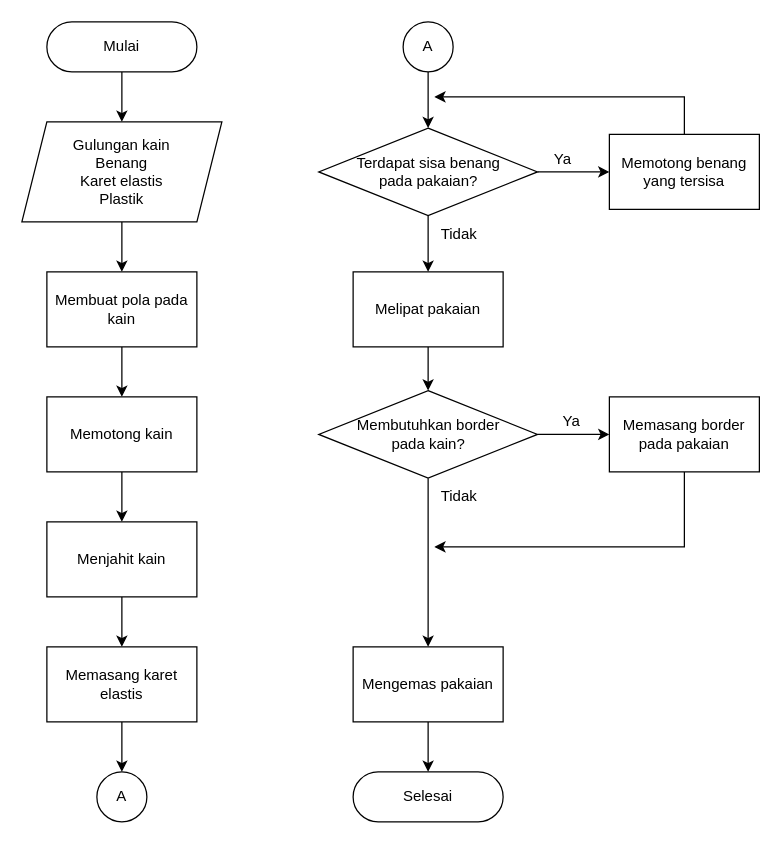
Earlier version of the draw.io diagram Milestone simul 1.drawio (rianromad/Image-Storage). Source tidied: cells renumbered, new cells numbered last; positions are measured from the earlier drawing's top-left corner, leaving out a move shared by most shapes. Both pictures are drawn from the tidied source at 125%, with x=0, y=0 at pixel (21, 21).
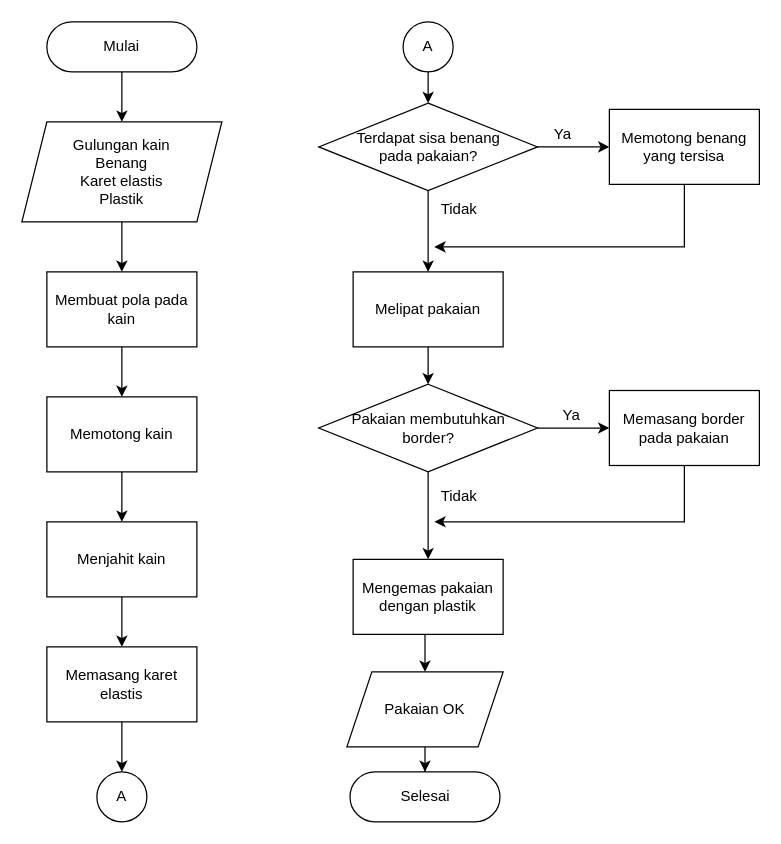
The same page after the edit.

Change to the diagram source:
```diff
@@
     <mxCell id="4" value="Selesai" style="rounded=1;whiteSpace=wrap;html=1;arcSize=50;" parent="1" vertex="1">
-      <mxGeometry x="265" y="600" width="120" height="40" as="geometry" />
+      <mxGeometry x="262.5" y="600" width="120" height="40" as="geometry" />
     </mxCell>
@@
     <mxCell id="20" value="&lt;div&gt;Terdapat sisa benang &lt;br&gt;&lt;/div&gt;&lt;div&gt;pada pakaian?&lt;/div&gt;" style="rhombus;whiteSpace=wrap;html=1;" parent="1" vertex="1">
-      <mxGeometry x="237.5" y="85" width="175" height="70" as="geometry" />
+      <mxGeometry x="237.5" y="65" width="175" height="70" as="geometry" />
     </mxCell>
     <mxCell id="21" style="edgeStyle=orthogonalEdgeStyle;rounded=0;jettySize=auto;html=1;" parent="1" edge="1" source="22">
       <mxGeometry relative="1" as="geometry">
-        <mxPoint x="330" y="60" as="targetPoint" />
+        <mxPoint x="330" y="180" as="targetPoint" />
         <Array as="points">
-          <mxPoint x="530" y="60" />
-          <mxPoint x="330" y="60" />
+          <mxPoint x="530" y="180" />
         </Array>
       </mxGeometry>
     </mxCell>
     <mxCell id="22" value="Memotong benang yang tersisa" style="rounded=0;whiteSpace=wrap;html=1;" parent="1" vertex="1">
-      <mxGeometry x="470" y="90" width="120" height="60" as="geometry" />
+      <mxGeometry x="470" y="70" width="120" height="60" as="geometry" />
     </mxCell>
     <mxCell id="23" value="&lt;font style=&quot;font-size: 12px&quot;&gt;Ya&lt;/font&gt;" style="text;html=1;strokeColor=none;fillColor=none;align=center;verticalAlign=middle;whiteSpace=wrap;rounded=0;" parent="1" vertex="1">
-      <mxGeometry x="412.5" y="100" width="40" height="20" as="geometry" />
+      <mxGeometry x="412.5" y="80" width="40" height="20" as="geometry" />
     </mxCell>
-    <mxCell id="24" style="edgeStyle=orthogonalEdgeStyle;rounded=0;jettySize=auto;html=1;" parent="1" edge="1" source="25" target="4">
-      <mxGeometry relative="1" as="geometry" />
-    </mxCell>
+    <mxCell id="36" style="edgeStyle=orthogonalEdgeStyle;rounded=0;jettySize=auto;html=1;entryX=0.5;entryY=0;entryDx=0;entryDy=0;" parent="1" edge="1" source="25" target="39">
+      <mxGeometry relative="1" as="geometry">
+        <Array as="points">
+          <mxPoint x="323" y="510" />
+        </Array>
+      </mxGeometry>
+    </mxCell>
-    <mxCell id="25" value="Mengemas pakaian" style="rounded=0;whiteSpace=wrap;html=1;" parent="1" vertex="1">
-      <mxGeometry x="265" y="500" width="120" height="60" as="geometry" />
+    <mxCell id="25" value="Mengemas pakaian dengan plastik" style="rounded=0;whiteSpace=wrap;html=1;" parent="1" vertex="1">
+      <mxGeometry x="265" y="430" width="120" height="60" as="geometry" />
     </mxCell>
     <mxCell id="26" value="Tidak" style="text;html=1;strokeColor=none;fillColor=none;align=center;verticalAlign=middle;whiteSpace=wrap;rounded=0;" parent="1" vertex="1">
-      <mxGeometry x="330" y="160" width="40" height="20" as="geometry" />
+      <mxGeometry x="330" y="140" width="40" height="20" as="geometry" />
     </mxCell>
@@
-    <mxCell id="29" value="&lt;div&gt;Membutuhkan border&lt;/div&gt;&lt;div&gt;pada kain?&lt;br&gt;&lt;/div&gt;" style="rhombus;whiteSpace=wrap;html=1;" parent="1" vertex="1">
-      <mxGeometry x="237.5" y="295" width="175" height="70" as="geometry" />
+    <mxCell id="29" value="&lt;div&gt;Pakaian membutuhkan&lt;/div&gt;&lt;div&gt;border?&lt;br&gt;&lt;/div&gt;" style="rhombus;whiteSpace=wrap;html=1;" parent="1" vertex="1">
+      <mxGeometry x="237.5" y="289.9" width="175" height="70" as="geometry" />
     </mxCell>
@@
     <mxCell id="32" style="edgeStyle=orthogonalEdgeStyle;rounded=0;jettySize=auto;html=1;" parent="1" edge="1" source="33">
       <mxGeometry relative="1" as="geometry">
-        <mxPoint x="330" y="420" as="targetPoint" />
+        <mxPoint x="330" y="399.9" as="targetPoint" />
         <Array as="points">
-          <mxPoint x="530" y="420" />
-          <mxPoint x="360" y="420" />
+          <mxPoint x="530" y="399.9" />
+          <mxPoint x="330" y="399.9" />
         </Array>
       </mxGeometry>
     </mxCell>
     <mxCell id="33" value="Memasang border pada pakaian" style="rounded=0;whiteSpace=wrap;html=1;" parent="1" vertex="1">
-      <mxGeometry x="470" y="300" width="120" height="60" as="geometry" />
+      <mxGeometry x="470" y="294.9" width="120" height="60" as="geometry" />
     </mxCell>
     <mxCell id="34" value="&lt;font style=&quot;font-size: 12px&quot;&gt;Ya&lt;/font&gt;" style="text;html=1;strokeColor=none;fillColor=none;align=center;verticalAlign=middle;whiteSpace=wrap;rounded=0;" parent="1" vertex="1">
-      <mxGeometry x="420" y="310" width="40" height="20" as="geometry" />
+      <mxGeometry x="420" y="304.9" width="40" height="20" as="geometry" />
     </mxCell>
     <mxCell id="35" value="Tidak" style="text;html=1;strokeColor=none;fillColor=none;align=center;verticalAlign=middle;whiteSpace=wrap;rounded=0;" parent="1" vertex="1">
-      <mxGeometry x="330" y="370" width="40" height="20" as="geometry" />
+      <mxGeometry x="330" y="369.9" width="40" height="20" as="geometry" />
     </mxCell>
+    <mxCell id="37" style="edgeStyle=orthogonalEdgeStyle;rounded=0;orthogonalLoop=1;jettySize=auto;html=1;exitX=0.5;exitY=1;exitDx=0;exitDy=0;" parent="1" edge="1" source="26" target="26">
+      <mxGeometry relative="1" as="geometry" />
+    </mxCell>
+    <mxCell id="38" style="edgeStyle=orthogonalEdgeStyle;rounded=0;jettySize=auto;html=1;entryX=0.5;entryY=0;entryDx=0;entryDy=0;" parent="1" edge="1" source="39" target="4">
+      <mxGeometry relative="1" as="geometry" />
+    </mxCell>
+    <mxCell id="39" value="Pakaian OK" style="shape=parallelogram;perimeter=parallelogramPerimeter;whiteSpace=wrap;html=1;fixedSize=1;" parent="1" vertex="1">
+      <mxGeometry x="260" y="520" width="125" height="60" as="geometry" />
+    </mxCell>
```
